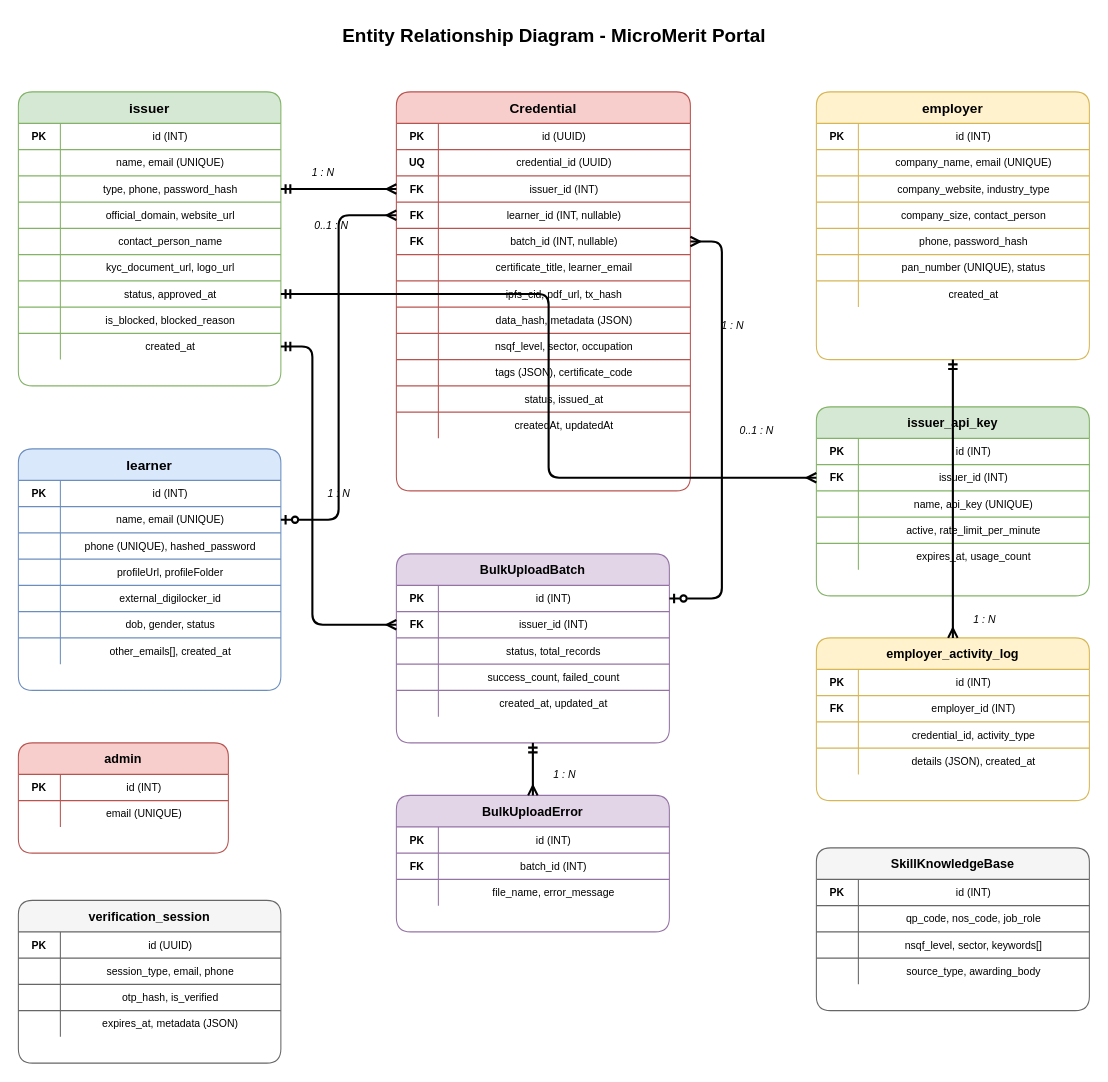
The draw.io diagram docs/report/diagrams/3.2_er_diagram.drawio in JaiminPatel345/MicroMerit-Portal, before the edit. Source tidied: cells renumbered, new cells numbered last; positions are measured from the earlier drawing's top-left corner, leaving out a move shared by most shapes. Both pictures are drawn from the tidied source at 105%, with x=0, y=0 at pixel (18, 18).
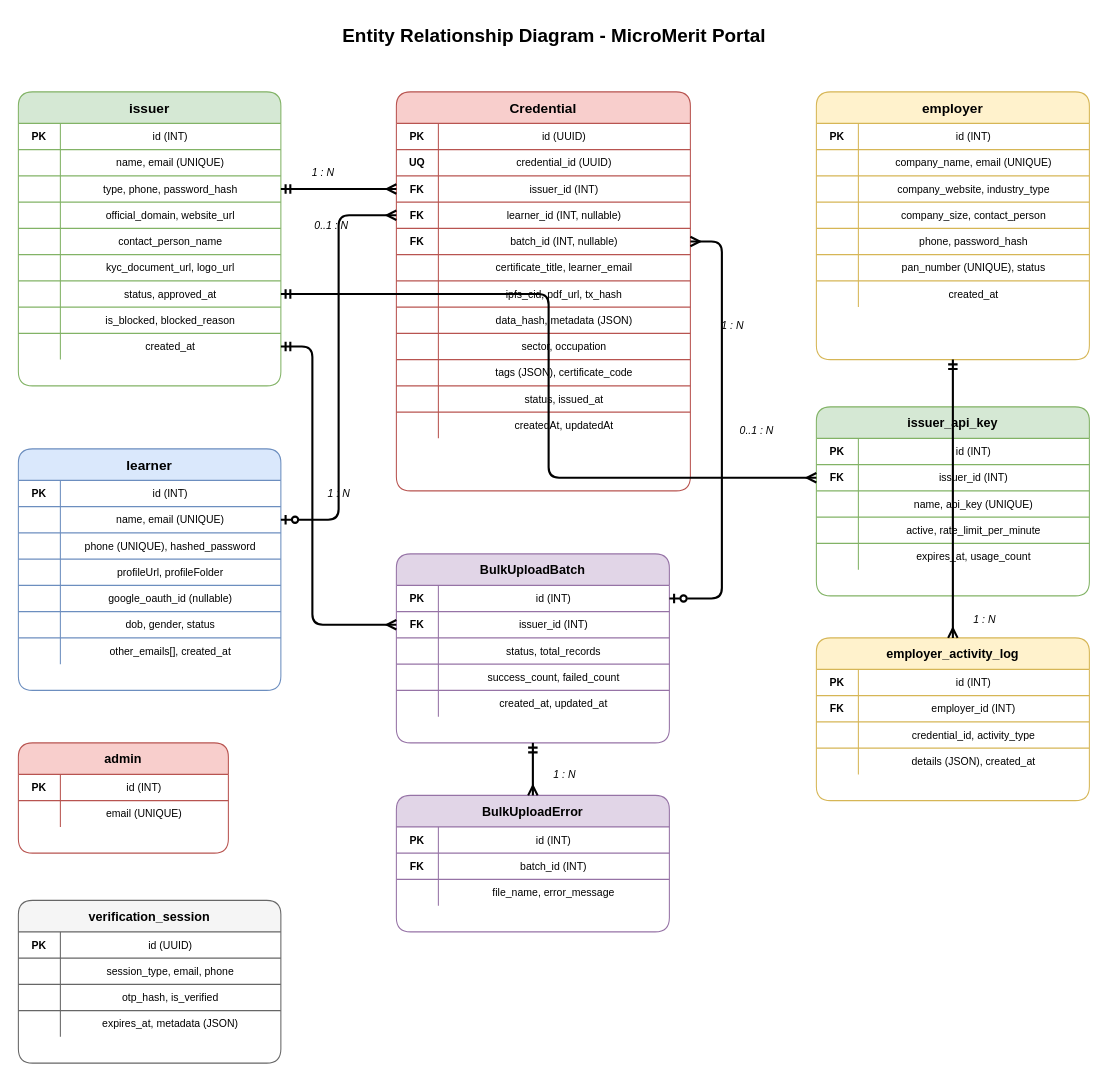
After the change.

Unchanged cells that the change refers to:
```xml
<mxCell id="44" style="shape=tableRow;horizontal=0;startSize=0;swimlaneHead=0;swimlaneBody=0;top=0;left=0;bottom=0;right=0;fillColor=none;fontSize=11;" parent="31" vertex="1">
  <mxGeometry y="130" width="250" height="25" as="geometry" />
</mxCell>
<mxCell id="78" style="shape=tableRow;horizontal=0;startSize=0;swimlaneHead=0;swimlaneBody=0;top=0;left=0;bottom=0;right=0;fillColor=none;fontSize=11;" parent="53" vertex="1">
  <mxGeometry y="230" width="280" height="25" as="geometry" />
</mxCell>
```

Diff of the diagram source:
```diff
@@
-    <mxCell id="46" value="external_digilocker_id" style="shape=partialRectangle;fillColor=none;top=0;left=0;bottom=0;right=0;fontSize=10;" parent="44" vertex="1">
+    <mxCell id="46" value="google_oauth_id (nullable)" style="shape=partialRectangle;fillColor=none;top=0;left=0;bottom=0;right=0;fontSize=10;" parent="44" vertex="1">
       <mxGeometry x="40" width="210" height="25" as="geometry" />
     </mxCell>
@@
-    <mxCell id="80" value="nsqf_level, sector, occupation" style="shape=partialRectangle;fillColor=none;top=0;left=0;bottom=0;right=0;fontSize=10;" parent="78" vertex="1">
+    <mxCell id="80" value="sector, occupation" style="shape=partialRectangle;fillColor=none;top=0;left=0;bottom=0;right=0;fontSize=10;" parent="78" vertex="1">
       <mxGeometry x="40" width="240" height="25" as="geometry" />
     </mxCell>
@@
-    <mxCell id="187" value="SkillKnowledgeBase" style="shape=table;startSize=30;childLayout=tableLayout;rowLines=1;fontStyle=1;fontSize=12;fillColor=#f5f5f5;strokeColor=#666666;rounded=1;" parent="1" vertex="1">
-      <mxGeometry x="760" y="790" width="260" height="155" as="geometry" />
-    </mxCell>
-    <mxCell id="188" style="shape=tableRow;horizontal=0;startSize=0;swimlaneHead=0;swimlaneBody=0;top=0;left=0;bottom=0;right=0;fillColor=none;fontSize=11;" parent="187" vertex="1">
-      <mxGeometry y="30" width="260" height="25" as="geometry" />
-    </mxCell>
-    <mxCell id="189" value="PK" style="shape=partialRectangle;fillColor=none;top=0;left=0;bottom=0;right=0;fontStyle=1;fontSize=10;" parent="188" vertex="1">
-      <mxGeometry width="40" height="25" as="geometry" />
-    </mxCell>
-    <mxCell id="190" value="id (INT)" style="shape=partialRectangle;fillColor=none;top=0;left=0;bottom=0;right=0;fontSize=10;" parent="188" vertex="1">
-      <mxGeometry x="40" width="220" height="25" as="geometry" />
-    </mxCell>
-    <mxCell id="191" style="shape=tableRow;horizontal=0;startSize=0;swimlaneHead=0;swimlaneBody=0;top=0;left=0;bottom=0;right=0;fillColor=none;fontSize=11;" parent="187" vertex="1">
-      <mxGeometry y="55" width="260" height="25" as="geometry" />
-    </mxCell>
-    <mxCell id="192" style="shape=partialRectangle;fillColor=none;top=0;left=0;bottom=0;right=0;fontSize=10;" parent="191" vertex="1">
-      <mxGeometry width="40" height="25" as="geometry" />
-    </mxCell>
-    <mxCell id="193" value="qp_code, nos_code, job_role" style="shape=partialRectangle;fillColor=none;top=0;left=0;bottom=0;right=0;fontSize=10;" parent="191" vertex="1">
-      <mxGeometry x="40" width="220" height="25" as="geometry" />
-    </mxCell>
-    <mxCell id="194" style="shape=tableRow;horizontal=0;startSize=0;swimlaneHead=0;swimlaneBody=0;top=0;left=0;bottom=0;right=0;fillColor=none;fontSize=11;" parent="187" vertex="1">
-      <mxGeometry y="80" width="260" height="25" as="geometry" />
-    </mxCell>
-    <mxCell id="195" style="shape=partialRectangle;fillColor=none;top=0;left=0;bottom=0;right=0;fontSize=10;" parent="194" vertex="1">
-      <mxGeometry width="40" height="25" as="geometry" />
-    </mxCell>
-    <mxCell id="196" value="nsqf_level, sector, keywords[]" style="shape=partialRectangle;fillColor=none;top=0;left=0;bottom=0;right=0;fontSize=10;" parent="194" vertex="1">
-      <mxGeometry x="40" width="220" height="25" as="geometry" />
-    </mxCell>
-    <mxCell id="197" style="shape=tableRow;horizontal=0;startSize=0;swimlaneHead=0;swimlaneBody=0;top=0;left=0;bottom=0;right=0;fillColor=none;fontSize=11;" parent="187" vertex="1">
-      <mxGeometry y="105" width="260" height="25" as="geometry" />
-    </mxCell>
-    <mxCell id="198" style="shape=partialRectangle;fillColor=none;top=0;left=0;bottom=0;right=0;fontSize=10;" parent="197" vertex="1">
-      <mxGeometry width="40" height="25" as="geometry" />
-    </mxCell>
-    <mxCell id="199" value="source_type, awarding_body" style="shape=partialRectangle;fillColor=none;top=0;left=0;bottom=0;right=0;fontSize=10;" parent="197" vertex="1">
-      <mxGeometry x="40" width="220" height="25" as="geometry" />
-    </mxCell>
```
